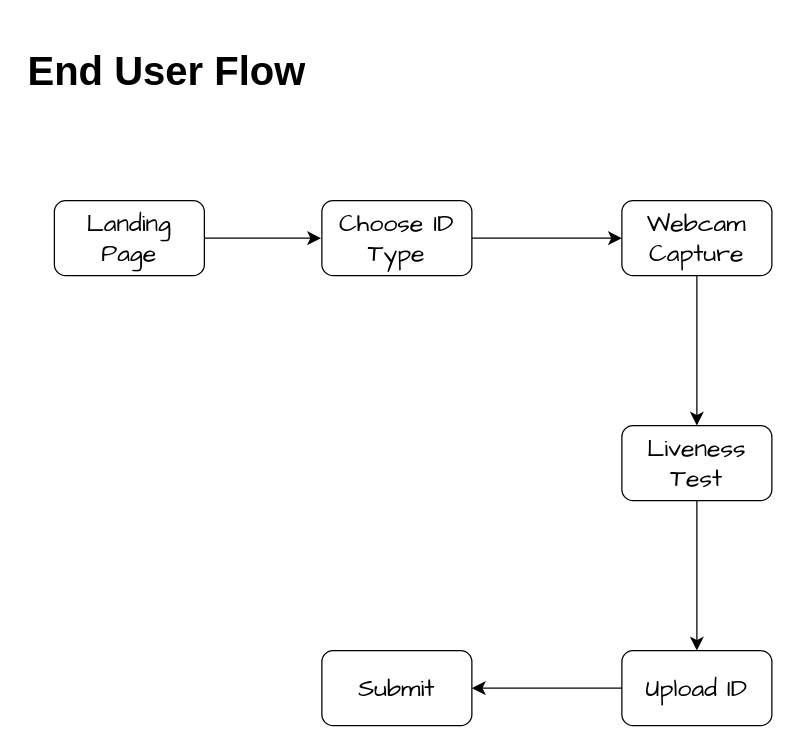
Earlier version of the draw.io diagram page "End User" (1 of 2) of eKYC.drawio (debojitroy/auto-ekyc). Source tidied: cells renumbered, new cells numbered last; positions are measured from the earlier drawing's top-left corner, leaving out a move shared by most shapes. Both pictures are drawn from the tidied source at 125%, with x=0, y=0 at pixel (21, 34).
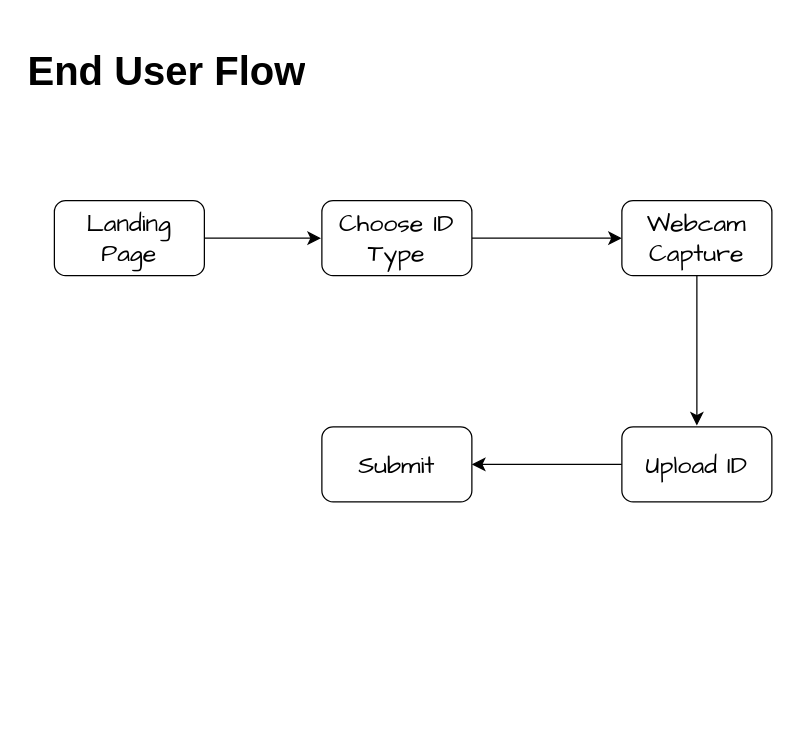
The same page after the edit.

Change to the diagram source:
```diff
@@
 <mxGraphModel>
   <root>
     <mxCell id="0" />
     <mxCell id="1" parent="0" />
     <mxCell id="2" value="&lt;h1&gt;End User Flow&lt;/h1&gt;" style="text;html=1;strokeColor=none;fillColor=none;spacing=5;spacingTop=-20;whiteSpace=wrap;overflow=hidden;rounded=0;fontSize=16;" parent="1" vertex="1">
       <mxGeometry width="365" height="54" as="geometry" />
     </mxCell>
     <mxCell id="3" style="edgeStyle=none;curved=1;rounded=0;jettySize=auto;html=1;fontSize=12;startSize=8;endSize=8;" parent="1" edge="1" source="4">
       <mxGeometry relative="1" as="geometry">
         <mxPoint x="239.3" y="163" as="targetPoint" />
       </mxGeometry>
     </mxCell>
     <mxCell id="4" value="Landing Page" style="rounded=1;whiteSpace=wrap;html=1;hachureGap=4;fontFamily=Architects Daughter;fontSize=20;" parent="1" vertex="1">
       <mxGeometry x="26" y="133" width="120" height="60" as="geometry" />
     </mxCell>
     <mxCell id="5" style="edgeStyle=none;curved=1;rounded=0;jettySize=auto;html=1;fontSize=12;startSize=8;endSize=8;" parent="1" edge="1" source="6" target="8">
       <mxGeometry relative="1" as="geometry" />
     </mxCell>
     <mxCell id="6" value="Choose ID Type" style="rounded=1;whiteSpace=wrap;html=1;hachureGap=4;fontFamily=Architects Daughter;fontSize=20;" parent="1" vertex="1">
       <mxGeometry x="240" y="133" width="120" height="60" as="geometry" />
     </mxCell>
-    <mxCell id="7" style="edgeStyle=none;curved=1;rounded=0;jettySize=auto;html=1;fontSize=12;startSize=8;endSize=8;" parent="1" edge="1" source="8" target="10">
-      <mxGeometry relative="1" as="geometry" />
+    <mxCell id="7" style="edgeStyle=none;curved=1;rounded=0;jettySize=auto;html=1;fontSize=12;startSize=8;endSize=8;" parent="1" edge="1" source="8">
+      <mxGeometry relative="1" as="geometry">
+        <mxPoint x="540" y="313" as="targetPoint" />
+      </mxGeometry>
     </mxCell>
     <mxCell id="8" value="Webcam Capture" style="whiteSpace=wrap;html=1;fontSize=20;fontFamily=Architects Daughter;rounded=1;hachureGap=4;" parent="1" vertex="1">
       <mxGeometry x="480" y="133" width="120" height="60" as="geometry" />
     </mxCell>
-    <mxCell id="9" style="edgeStyle=none;curved=1;rounded=0;jettySize=auto;html=1;fontSize=12;startSize=8;endSize=8;" parent="1" edge="1" source="10" target="12">
-      <mxGeometry relative="1" as="geometry" />
-    </mxCell>
-    <mxCell id="10" value="Liveness Test" style="whiteSpace=wrap;html=1;fontSize=20;fontFamily=Architects Daughter;rounded=1;hachureGap=4;" parent="1" vertex="1">
-      <mxGeometry x="480" y="313" width="120" height="60" as="geometry" />
-    </mxCell>
     <mxCell id="11" style="edgeStyle=none;curved=1;rounded=0;jettySize=auto;html=1;fontSize=12;startSize=8;endSize=8;" parent="1" edge="1" source="12" target="13">
       <mxGeometry relative="1" as="geometry" />
     </mxCell>
     <mxCell id="12" value="Upload ID" style="whiteSpace=wrap;html=1;fontSize=20;fontFamily=Architects Daughter;rounded=1;hachureGap=4;" parent="1" vertex="1">
-      <mxGeometry x="480" y="493" width="120" height="60" as="geometry" />
+      <mxGeometry x="480" y="314" width="120" height="60" as="geometry" />
     </mxCell>
     <mxCell id="13" value="Submit" style="whiteSpace=wrap;html=1;fontSize=20;fontFamily=Architects Daughter;rounded=1;hachureGap=4;" parent="1" vertex="1">
-      <mxGeometry x="240" y="493" width="120" height="60" as="geometry" />
+      <mxGeometry x="240" y="314" width="120" height="60" as="geometry" />
     </mxCell>
   </root>
 </mxGraphModel>
```
